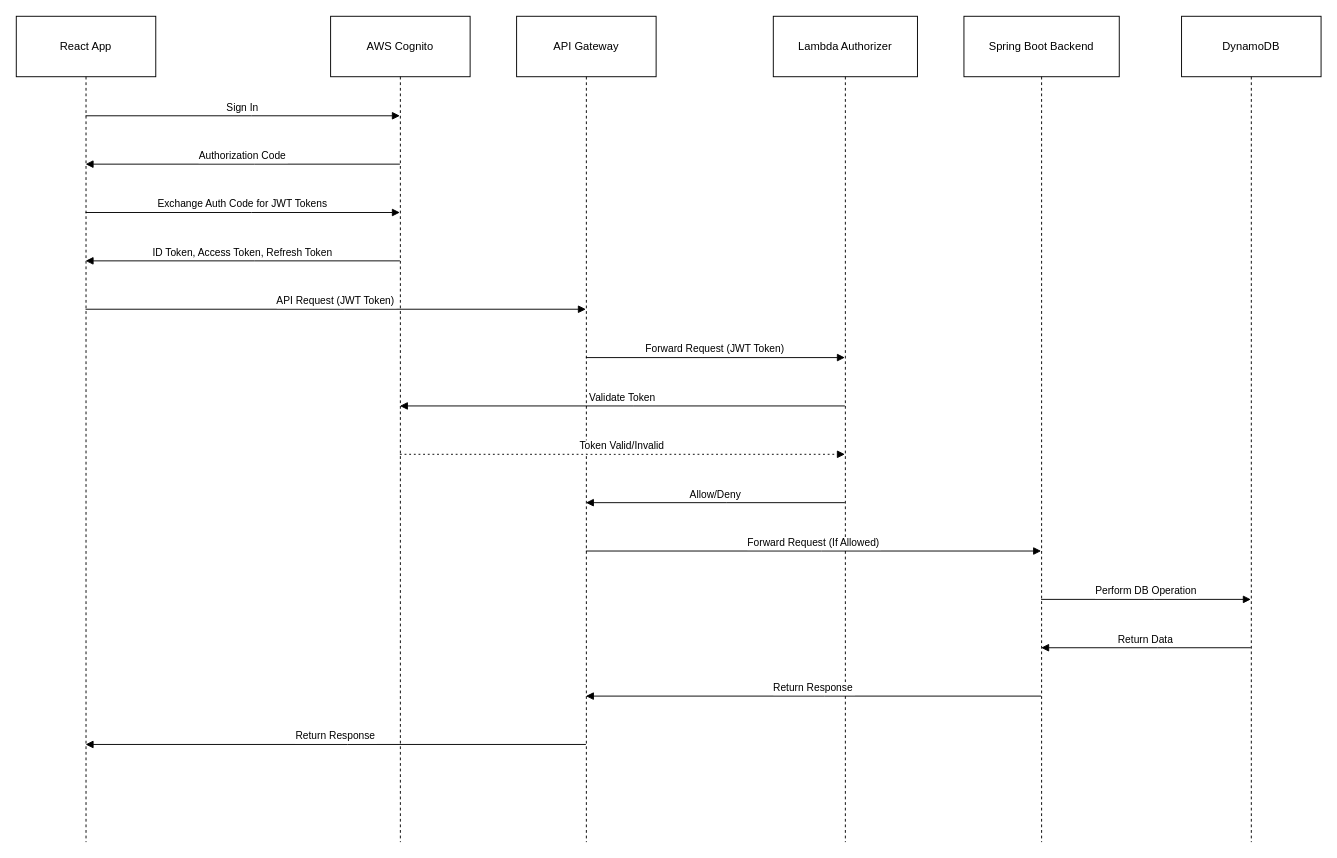
rajeevattu/starter-rest-api keeps this draw.io diagram as page "Page-1" (1 of 8) of AcmeBank-Oauth2.0.drawio. Above is the earlier version. Source tidied: cells renumbered, new cells numbered last; positions are measured from the earlier drawing's top-left corner, leaving out a move shared by most shapes. Both pictures are drawn from the tidied source at 93%, with x=0, y=0 at pixel (16, 16).
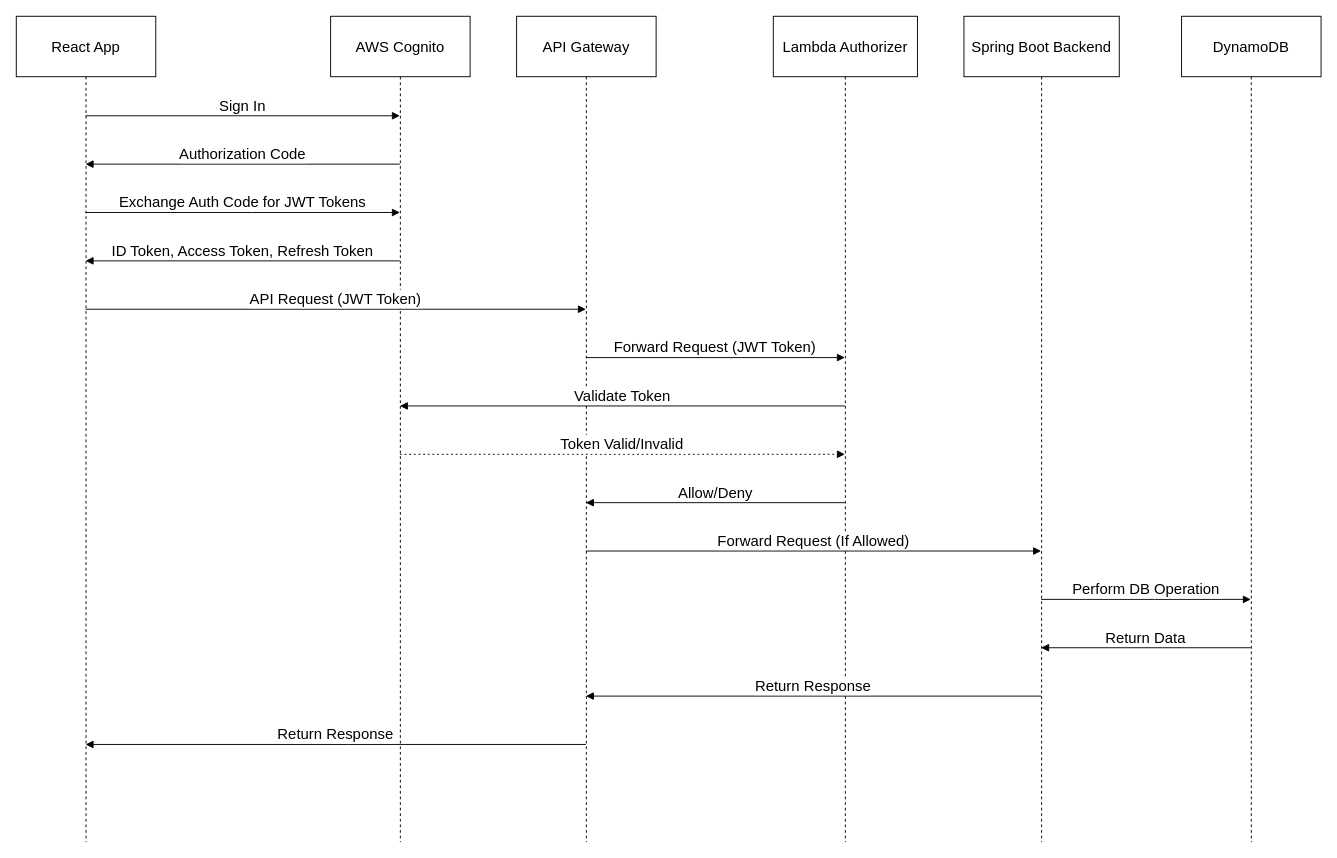
Above is the later version.

What changed in the source:
```diff
@@
-    <mxCell id="2" value="React App" style="shape=umlLifeline;perimeter=lifelinePerimeter;whiteSpace=wrap;outlineConnect=0;portConstraint=eastwest;newEdgeStyle={&quot;edgeStyle&quot;:&quot;elbowEdgeStyle&quot;,&quot;elbow&quot;:&quot;vertical&quot;,&quot;curved&quot;:0,&quot;rounded&quot;:0};size=65;" parent="1" vertex="1">
+    <mxCell id="2" value="React App" style="shape=umlLifeline;perimeter=lifelinePerimeter;whiteSpace=wrap;outlineConnect=0;portConstraint=eastwest;newEdgeStyle={&quot;edgeStyle&quot;:&quot;elbowEdgeStyle&quot;,&quot;elbow&quot;:&quot;vertical&quot;,&quot;curved&quot;:0,&quot;rounded&quot;:0};size=65;fontSize=16;" parent="1" vertex="1">
       <mxGeometry width="150" height="888" as="geometry" />
     </mxCell>
-    <mxCell id="3" value="AWS Cognito" style="shape=umlLifeline;perimeter=lifelinePerimeter;whiteSpace=wrap;outlineConnect=0;portConstraint=eastwest;newEdgeStyle={&quot;edgeStyle&quot;:&quot;elbowEdgeStyle&quot;,&quot;elbow&quot;:&quot;vertical&quot;,&quot;curved&quot;:0,&quot;rounded&quot;:0};size=65;" parent="1" vertex="1">
+    <mxCell id="3" value="AWS Cognito" style="shape=umlLifeline;perimeter=lifelinePerimeter;whiteSpace=wrap;outlineConnect=0;portConstraint=eastwest;newEdgeStyle={&quot;edgeStyle&quot;:&quot;elbowEdgeStyle&quot;,&quot;elbow&quot;:&quot;vertical&quot;,&quot;curved&quot;:0,&quot;rounded&quot;:0};size=65;fontSize=16;" parent="1" vertex="1">
       <mxGeometry x="338" width="150" height="888" as="geometry" />
     </mxCell>
-    <mxCell id="4" value="API Gateway" style="shape=umlLifeline;perimeter=lifelinePerimeter;whiteSpace=wrap;outlineConnect=0;portConstraint=eastwest;newEdgeStyle={&quot;edgeStyle&quot;:&quot;elbowEdgeStyle&quot;,&quot;elbow&quot;:&quot;vertical&quot;,&quot;curved&quot;:0,&quot;rounded&quot;:0};size=65;" parent="1" vertex="1">
+    <mxCell id="4" value="API Gateway" style="shape=umlLifeline;perimeter=lifelinePerimeter;whiteSpace=wrap;outlineConnect=0;portConstraint=eastwest;newEdgeStyle={&quot;edgeStyle&quot;:&quot;elbowEdgeStyle&quot;,&quot;elbow&quot;:&quot;vertical&quot;,&quot;curved&quot;:0,&quot;rounded&quot;:0};size=65;fontSize=16;" parent="1" vertex="1">
       <mxGeometry x="538" width="150" height="888" as="geometry" />
     </mxCell>
-    <mxCell id="5" value="Lambda Authorizer" style="shape=umlLifeline;perimeter=lifelinePerimeter;whiteSpace=wrap;outlineConnect=0;portConstraint=eastwest;newEdgeStyle={&quot;edgeStyle&quot;:&quot;elbowEdgeStyle&quot;,&quot;elbow&quot;:&quot;vertical&quot;,&quot;curved&quot;:0,&quot;rounded&quot;:0};size=65;" parent="1" vertex="1">
+    <mxCell id="5" value="Lambda Authorizer" style="shape=umlLifeline;perimeter=lifelinePerimeter;whiteSpace=wrap;outlineConnect=0;portConstraint=eastwest;newEdgeStyle={&quot;edgeStyle&quot;:&quot;elbowEdgeStyle&quot;,&quot;elbow&quot;:&quot;vertical&quot;,&quot;curved&quot;:0,&quot;rounded&quot;:0};size=65;fontSize=16;" parent="1" vertex="1">
       <mxGeometry x="814" width="155" height="888" as="geometry" />
     </mxCell>
-    <mxCell id="6" value="Spring Boot Backend" style="shape=umlLifeline;perimeter=lifelinePerimeter;whiteSpace=wrap;outlineConnect=0;portConstraint=eastwest;newEdgeStyle={&quot;edgeStyle&quot;:&quot;elbowEdgeStyle&quot;,&quot;elbow&quot;:&quot;vertical&quot;,&quot;curved&quot;:0,&quot;rounded&quot;:0};size=65;" parent="1" vertex="1">
+    <mxCell id="6" value="Spring Boot Backend" style="shape=umlLifeline;perimeter=lifelinePerimeter;whiteSpace=wrap;outlineConnect=0;portConstraint=eastwest;newEdgeStyle={&quot;edgeStyle&quot;:&quot;elbowEdgeStyle&quot;,&quot;elbow&quot;:&quot;vertical&quot;,&quot;curved&quot;:0,&quot;rounded&quot;:0};size=65;fontSize=16;" parent="1" vertex="1">
       <mxGeometry x="1019" width="167" height="888" as="geometry" />
     </mxCell>
-    <mxCell id="7" value="DynamoDB" style="shape=umlLifeline;perimeter=lifelinePerimeter;whiteSpace=wrap;outlineConnect=0;portConstraint=eastwest;newEdgeStyle={&quot;edgeStyle&quot;:&quot;elbowEdgeStyle&quot;,&quot;elbow&quot;:&quot;vertical&quot;,&quot;curved&quot;:0,&quot;rounded&quot;:0};size=65;" parent="1" vertex="1">
+    <mxCell id="7" value="DynamoDB" style="shape=umlLifeline;perimeter=lifelinePerimeter;whiteSpace=wrap;outlineConnect=0;portConstraint=eastwest;newEdgeStyle={&quot;edgeStyle&quot;:&quot;elbowEdgeStyle&quot;,&quot;elbow&quot;:&quot;vertical&quot;,&quot;curved&quot;:0,&quot;rounded&quot;:0};size=65;fontSize=16;" parent="1" vertex="1">
       <mxGeometry x="1253" width="150" height="888" as="geometry" />
     </mxCell>
-    <mxCell id="8" value="Sign In" style="verticalAlign=bottom;endArrow=block;edgeStyle=elbowEdgeStyle;elbow=vertical;curved=0;rounded=0;" parent="1" edge="1" source="2" target="3">
+    <mxCell id="8" value="Sign In" style="verticalAlign=bottom;endArrow=block;edgeStyle=elbowEdgeStyle;elbow=vertical;curved=0;rounded=0;fontSize=16;" parent="1" edge="1" source="2" target="3">
       <mxGeometry relative="1" as="geometry">
         <Array as="points">
           <mxPoint x="253" y="107" />
         </Array>
       </mxGeometry>
     </mxCell>
-    <mxCell id="9" value="Authorization Code" style="verticalAlign=bottom;endArrow=block;edgeStyle=elbowEdgeStyle;elbow=vertical;curved=0;rounded=0;" parent="1" edge="1" source="3" target="2">
+    <mxCell id="9" value="Authorization Code" style="verticalAlign=bottom;endArrow=block;edgeStyle=elbowEdgeStyle;elbow=vertical;curved=0;rounded=0;fontSize=16;" parent="1" edge="1" source="3" target="2">
       <mxGeometry relative="1" as="geometry">
         <Array as="points">
           <mxPoint x="256" y="159" />
         </Array>
       </mxGeometry>
     </mxCell>
-    <mxCell id="10" value="Exchange Auth Code for JWT Tokens" style="verticalAlign=bottom;endArrow=block;edgeStyle=elbowEdgeStyle;elbow=vertical;curved=0;rounded=0;" parent="1" edge="1" source="2" target="3">
+    <mxCell id="10" value="Exchange Auth Code for JWT Tokens" style="verticalAlign=bottom;endArrow=block;edgeStyle=elbowEdgeStyle;elbow=vertical;curved=0;rounded=0;fontSize=16;" parent="1" edge="1" source="2" target="3">
       <mxGeometry relative="1" as="geometry">
         <Array as="points">
           <mxPoint x="253" y="211" />
         </Array>
       </mxGeometry>
     </mxCell>
-    <mxCell id="11" value="ID Token, Access Token, Refresh Token" style="verticalAlign=bottom;endArrow=block;edgeStyle=elbowEdgeStyle;elbow=vertical;curved=0;rounded=0;" parent="1" edge="1" source="3" target="2">
+    <mxCell id="11" value="ID Token, Access Token, Refresh Token" style="verticalAlign=bottom;endArrow=block;edgeStyle=elbowEdgeStyle;elbow=vertical;curved=0;rounded=0;fontSize=16;" parent="1" edge="1" source="3" target="2">
       <mxGeometry relative="1" as="geometry">
         <Array as="points">
           <mxPoint x="256" y="263" />
         </Array>
       </mxGeometry>
     </mxCell>
-    <mxCell id="12" value="API Request (JWT Token)" style="verticalAlign=bottom;endArrow=block;edgeStyle=elbowEdgeStyle;elbow=vertical;curved=0;rounded=0;" parent="1" edge="1" source="2" target="4">
+    <mxCell id="12" value="API Request (JWT Token)" style="verticalAlign=bottom;endArrow=block;edgeStyle=elbowEdgeStyle;elbow=vertical;curved=0;rounded=0;fontSize=16;" parent="1" edge="1" source="2" target="4">
       <mxGeometry relative="1" as="geometry">
         <Array as="points">
           <mxPoint x="353" y="315" />
         </Array>
       </mxGeometry>
     </mxCell>
-    <mxCell id="13" value="Forward Request (JWT Token)" style="verticalAlign=bottom;endArrow=block;edgeStyle=elbowEdgeStyle;elbow=vertical;curved=0;rounded=0;" parent="1" edge="1" source="4" target="5">
+    <mxCell id="13" value="Forward Request (JWT Token)" style="verticalAlign=bottom;endArrow=block;edgeStyle=elbowEdgeStyle;elbow=vertical;curved=0;rounded=0;fontSize=16;" parent="1" edge="1" source="4" target="5">
       <mxGeometry relative="1" as="geometry">
         <Array as="points">
           <mxPoint x="761" y="367" />
         </Array>
       </mxGeometry>
     </mxCell>
-    <mxCell id="14" value="Validate Token" style="verticalAlign=bottom;endArrow=block;edgeStyle=elbowEdgeStyle;elbow=vertical;curved=0;rounded=0;" parent="1" edge="1" source="5" target="3">
+    <mxCell id="14" value="Validate Token" style="verticalAlign=bottom;endArrow=block;edgeStyle=elbowEdgeStyle;elbow=vertical;curved=0;rounded=0;fontSize=16;" parent="1" edge="1" source="5" target="3">
       <mxGeometry relative="1" as="geometry">
         <Array as="points">
           <mxPoint x="664" y="419" />
         </Array>
       </mxGeometry>
     </mxCell>
-    <mxCell id="15" value="Token Valid/Invalid" style="verticalAlign=bottom;endArrow=block;edgeStyle=elbowEdgeStyle;elbow=vertical;curved=0;rounded=0;dashed=1;dashPattern=2 3;" parent="1" edge="1" source="3" target="5">
+    <mxCell id="15" value="Token Valid/Invalid" style="verticalAlign=bottom;endArrow=block;edgeStyle=elbowEdgeStyle;elbow=vertical;curved=0;rounded=0;dashed=1;dashPattern=2 3;fontSize=16;" parent="1" edge="1" source="3" target="5">
       <mxGeometry relative="1" as="geometry">
         <Array as="points">
           <mxPoint x="661" y="471" />
         </Array>
       </mxGeometry>
     </mxCell>
-    <mxCell id="16" value="Allow/Deny" style="verticalAlign=bottom;endArrow=block;edgeStyle=elbowEdgeStyle;elbow=vertical;curved=0;rounded=0;" parent="1" edge="1" source="5" target="4">
+    <mxCell id="16" value="Allow/Deny" style="verticalAlign=bottom;endArrow=block;edgeStyle=elbowEdgeStyle;elbow=vertical;curved=0;rounded=0;fontSize=16;" parent="1" edge="1" source="5" target="4">
       <mxGeometry relative="1" as="geometry">
         <Array as="points">
           <mxPoint x="764" y="523" />
         </Array>
       </mxGeometry>
     </mxCell>
-    <mxCell id="17" value="Forward Request (If Allowed)" style="verticalAlign=bottom;endArrow=block;edgeStyle=elbowEdgeStyle;elbow=vertical;curved=0;rounded=0;" parent="1" edge="1" source="4" target="6">
+    <mxCell id="17" value="Forward Request (If Allowed)" style="verticalAlign=bottom;endArrow=block;edgeStyle=elbowEdgeStyle;elbow=vertical;curved=0;rounded=0;fontSize=16;" parent="1" edge="1" source="4" target="6">
       <mxGeometry relative="1" as="geometry">
         <Array as="points">
           <mxPoint x="866" y="575" />
         </Array>
       </mxGeometry>
     </mxCell>
-    <mxCell id="18" value="Perform DB Operation" style="verticalAlign=bottom;endArrow=block;edgeStyle=elbowEdgeStyle;elbow=vertical;curved=0;rounded=0;" parent="1" edge="1" source="6" target="7">
+    <mxCell id="18" value="Perform DB Operation" style="verticalAlign=bottom;endArrow=block;edgeStyle=elbowEdgeStyle;elbow=vertical;curved=0;rounded=0;fontSize=16;" parent="1" edge="1" source="6" target="7">
       <mxGeometry relative="1" as="geometry">
         <Array as="points">
           <mxPoint x="1224" y="627" />
         </Array>
       </mxGeometry>
     </mxCell>
-    <mxCell id="19" value="Return Data" style="verticalAlign=bottom;endArrow=block;edgeStyle=elbowEdgeStyle;elbow=vertical;curved=0;rounded=0;" parent="1" edge="1" source="7" target="6">
+    <mxCell id="19" value="Return Data" style="verticalAlign=bottom;endArrow=block;edgeStyle=elbowEdgeStyle;elbow=vertical;curved=0;rounded=0;fontSize=16;" parent="1" edge="1" source="7" target="6">
       <mxGeometry relative="1" as="geometry">
         <Array as="points">
           <mxPoint x="1227" y="679" />
         </Array>
       </mxGeometry>
     </mxCell>
-    <mxCell id="20" value="Return Response" style="verticalAlign=bottom;endArrow=block;edgeStyle=elbowEdgeStyle;elbow=vertical;curved=0;rounded=0;" parent="1" edge="1" source="6" target="4">
+    <mxCell id="20" value="Return Response" style="verticalAlign=bottom;endArrow=block;edgeStyle=elbowEdgeStyle;elbow=vertical;curved=0;rounded=0;fontSize=16;" parent="1" edge="1" source="6" target="4">
       <mxGeometry relative="1" as="geometry">
         <Array as="points">
           <mxPoint x="869" y="731" />
         </Array>
       </mxGeometry>
     </mxCell>
-    <mxCell id="21" value="Return Response" style="verticalAlign=bottom;endArrow=block;edgeStyle=elbowEdgeStyle;elbow=vertical;curved=0;rounded=0;" parent="1" edge="1" source="4" target="2">
+    <mxCell id="21" value="Return Response" style="verticalAlign=bottom;endArrow=block;edgeStyle=elbowEdgeStyle;elbow=vertical;curved=0;rounded=0;fontSize=16;" parent="1" edge="1" source="4" target="2">
       <mxGeometry relative="1" as="geometry">
         <Array as="points">
           <mxPoint x="356" y="783" />
         </Array>
       </mxGeometry>
     </mxCell>
```
